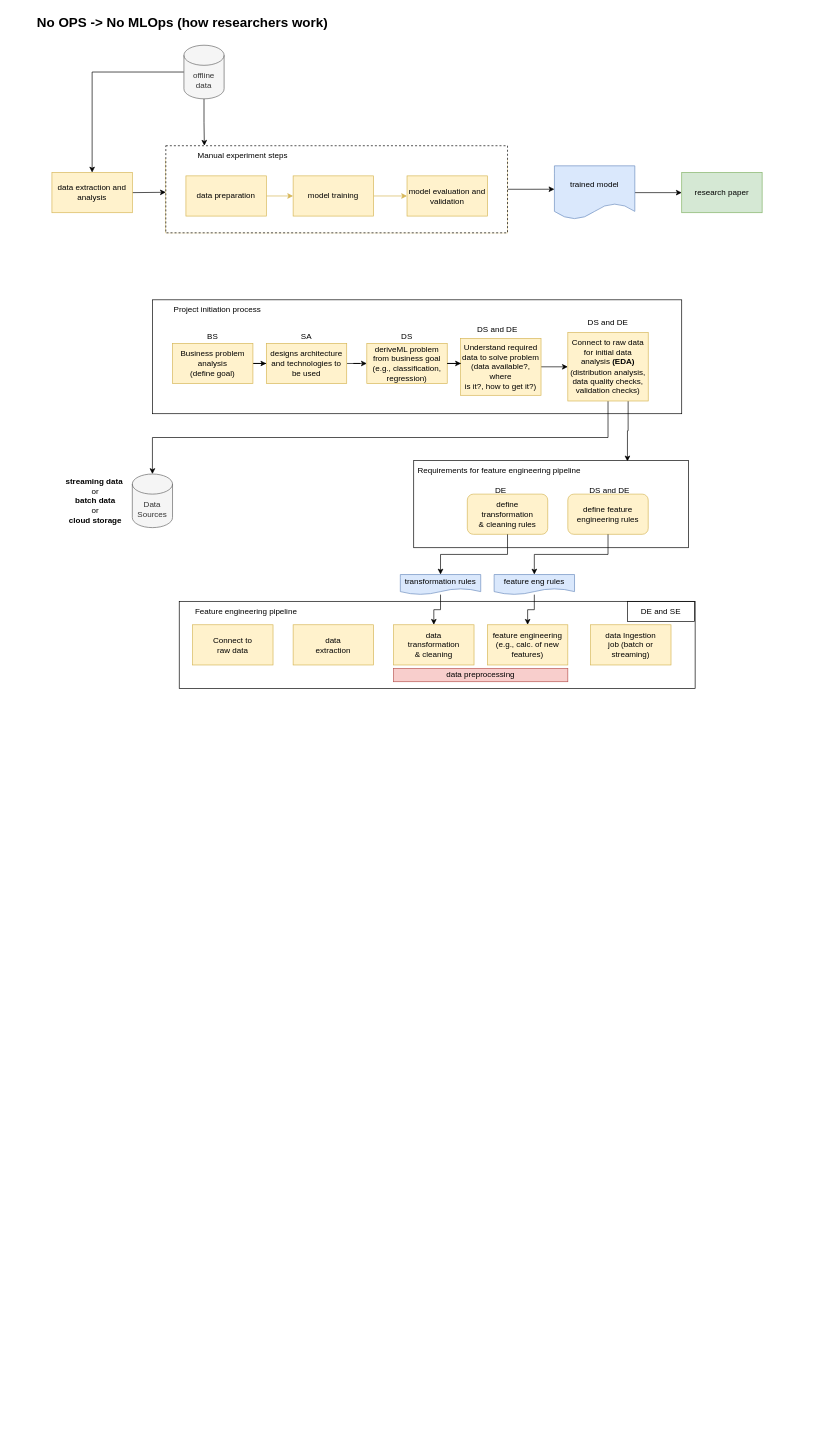
OumaimaBensar/mlops_workflow keeps this draw.io diagram as Untitled Diagram.drawio. Above is the earlier version. Source tidied: cells renumbered, new cells numbered last; positions are measured from the earlier drawing's top-left corner, leaving out a move shared by most shapes. Both pictures are drawn from the tidied source at 67%, with x=0, y=0 at pixel (31, 11).
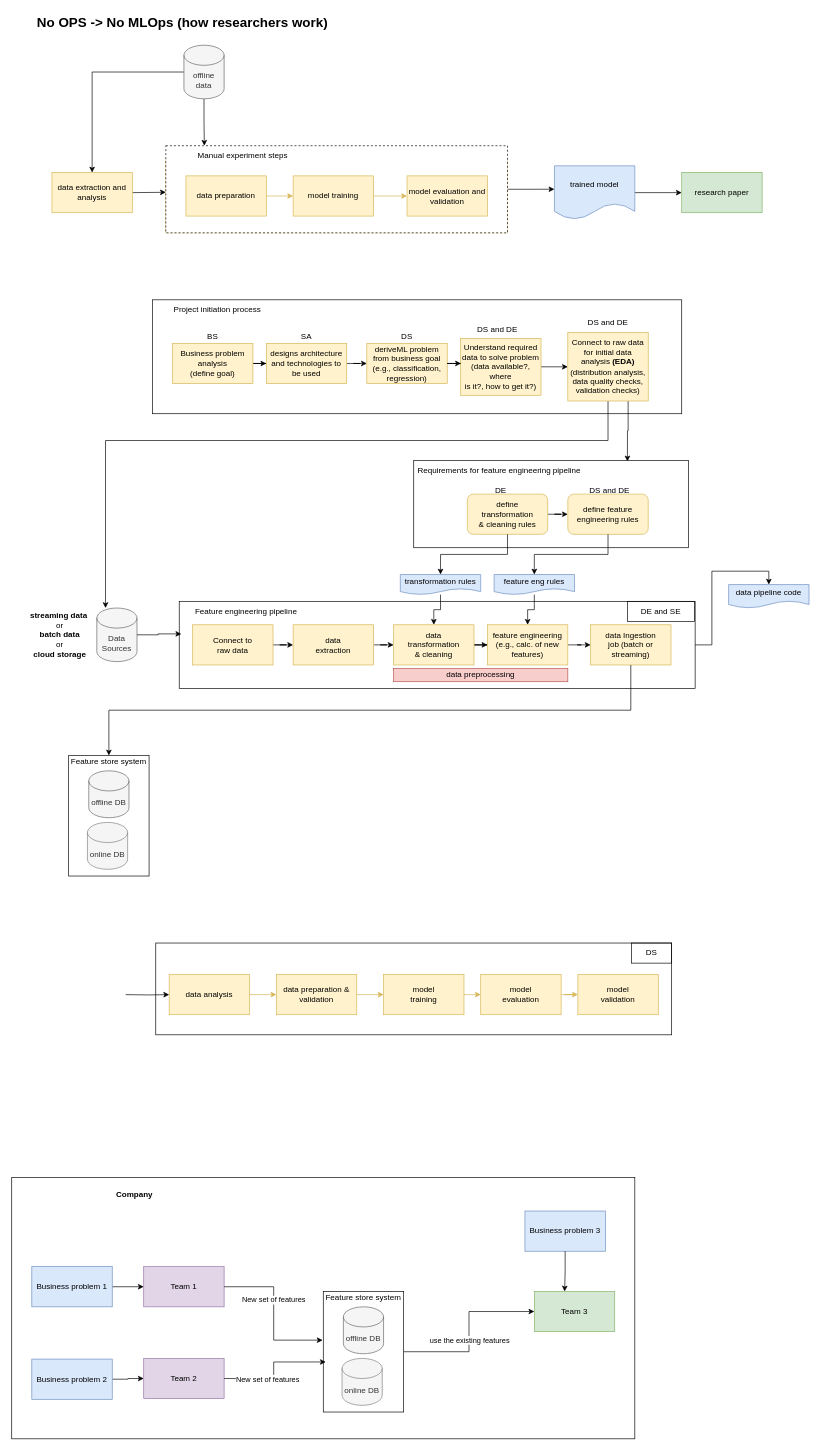
The same diagram, later.

The change refers to these unchanged cells:
```xml
<mxCell id="30" value="&lt;div&gt;Connect to raw data&lt;/div&gt;&lt;div&gt;for initial data analysis &lt;b&gt;(EDA)&lt;/b&gt;&lt;/div&gt;&lt;div&gt;(distribution analysis,&lt;/div&gt;&lt;div&gt;data quality checks,&lt;/div&gt;&lt;div&gt;validation checks)&lt;/div&gt;" style="rounded=0;whiteSpace=wrap;html=1;fillColor=#fff2cc;strokeColor=#d6b656;" parent="1" vertex="1">
  <mxGeometry x="800" y="479" width="120" height="102" as="geometry" />
</mxCell>
<mxCell id="40" style="group;" parent="1" vertex="1">
  <mxGeometry x="570" y="670" width="410" height="130" as="geometry" />
</mxCell>
<mxCell id="41" style="rounded=0;whiteSpace=wrap;html=1;" parent="40" vertex="1">
  <mxGeometry width="410" height="130" as="geometry" />
</mxCell>
<mxCell id="42" value="&lt;div&gt;define&lt;/div&gt;&lt;div&gt;transformation&lt;/div&gt;&lt;div&gt;&amp;amp; cleaning rules&lt;/div&gt;" style="rounded=1;whiteSpace=wrap;html=1;fillColor=#fff2cc;strokeColor=#d6b656;" parent="40" vertex="1">
  <mxGeometry x="80" y="50" width="120" height="60" as="geometry" />
</mxCell>
<mxCell id="43" value="&lt;div&gt;define feature&lt;/div&gt;&lt;div&gt;engineering rules&lt;/div&gt;" style="rounded=1;whiteSpace=wrap;html=1;fillColor=#fff2cc;strokeColor=#d6b656;" parent="40" vertex="1">
  <mxGeometry x="230" y="50" width="120" height="60" as="geometry" />
</mxCell>
<mxCell id="51" style="group;" parent="1" vertex="1">
  <mxGeometry x="220" y="880" width="770" height="130" as="geometry" />
</mxCell>
<mxCell id="52" style="rounded=0;whiteSpace=wrap;html=1;" parent="51" vertex="1">
  <mxGeometry width="770" height="130" as="geometry" />
</mxCell>
<mxCell id="53" value="&lt;div&gt;Connect to&lt;/div&gt;&lt;div&gt;raw data&lt;/div&gt;" style="rounded=0;whiteSpace=wrap;html=1;fillColor=#fff2cc;strokeColor=#d6b656;" parent="51" vertex="1">
  <mxGeometry x="20" y="35" width="120" height="60" as="geometry" />
</mxCell>
<mxCell id="54" value="&lt;div&gt;data&lt;/div&gt;&lt;div&gt;extraction&lt;/div&gt;" style="rounded=0;whiteSpace=wrap;html=1;fillColor=#fff2cc;strokeColor=#d6b656;" parent="51" vertex="1">
  <mxGeometry x="170" y="35" width="120" height="60" as="geometry" />
</mxCell>
<mxCell id="55" value="&lt;div&gt;data&lt;/div&gt;&lt;div&gt;transformation&lt;/div&gt;&lt;div&gt;&amp;amp; cleaning&lt;/div&gt;" style="rounded=0;whiteSpace=wrap;html=1;fillColor=#fff2cc;strokeColor=#d6b656;" parent="51" vertex="1">
  <mxGeometry x="320" y="35" width="120" height="60" as="geometry" />
</mxCell>
<mxCell id="56" value="&lt;div&gt;feature engineering&lt;/div&gt;&lt;div&gt;(e.g., calc. of new&lt;/div&gt;&lt;div&gt;features)&lt;/div&gt;" style="rounded=0;whiteSpace=wrap;html=1;fillColor=#fff2cc;strokeColor=#d6b656;" parent="51" vertex="1">
  <mxGeometry x="460" y="35" width="120" height="60" as="geometry" />
</mxCell>
<mxCell id="57" value="&lt;div&gt;data Ingestion&lt;/div&gt;&lt;div&gt;job (batch or&lt;/div&gt;&lt;div&gt;streaming)&lt;/div&gt;" style="rounded=0;whiteSpace=wrap;html=1;fillColor=#fff2cc;strokeColor=#d6b656;" parent="51" vertex="1">
  <mxGeometry x="614" y="35" width="120" height="60" as="geometry" />
</mxCell>
```

What changed in the source:
```diff
@@
+    <mxCell id="63" style="rounded=0;whiteSpace=wrap;html=1;" parent="1" vertex="1">
+      <mxGeometry x="-30" y="1740" width="930" height="390" as="geometry" />
+    </mxCell>
@@
+    <mxCell id="29" style="edgeStyle=orthogonalEdgeStyle;rounded=0;jettySize=auto;html=1;exitX=0.75;exitY=1;exitDx=0;exitDy=0;entryX=0.778;entryY=0.009;entryDx=0;entryDy=0;entryPerimeter=0;" parent="1" edge="1" source="30" target="41">
+      <mxGeometry relative="1" as="geometry" />
+    </mxCell>
-    <mxCell id="28" style="edgeStyle=orthogonalEdgeStyle;rounded=0;jettySize=auto;html=1;exitX=0.5;exitY=1;exitDx=0;exitDy=0;entryX=0.5;entryY=0;entryDx=0;entryDy=0;entryPerimeter=0;" parent="1" edge="1" source="30" target="38">
-      <mxGeometry relative="1" as="geometry" />
+    <mxCell id="28" style="edgeStyle=orthogonalEdgeStyle;rounded=0;jettySize=auto;html=1;" parent="1" edge="1" source="30" target="38">
+      <mxGeometry relative="1" as="geometry">
+        <Array as="points">
+          <mxPoint x="860" y="640" />
+          <mxPoint x="110" y="640" />
+        </Array>
+      </mxGeometry>
     </mxCell>
-    <mxCell id="29" style="edgeStyle=orthogonalEdgeStyle;rounded=0;jettySize=auto;html=1;exitX=0.75;exitY=1;exitDx=0;exitDy=0;entryX=0.778;entryY=0.009;entryDx=0;entryDy=0;entryPerimeter=0;" parent="1" edge="1" source="30" target="41">
-      <mxGeometry relative="1" as="geometry" />
-    </mxCell>
@@
     <mxCell id="38" value="Data Sources" style="shape=cylinder3;whiteSpace=wrap;html=1;boundedLbl=1;backgroundOutline=1;size=15;fillColor=#f5f5f5;fontColor=#333333;strokeColor=#666666;" parent="1" vertex="1">
-      <mxGeometry x="150" y="690" width="60" height="80" as="geometry" />
+      <mxGeometry x="97" y="890" width="60" height="80" as="geometry" />
     </mxCell>
     <mxCell id="39" value="&lt;b&gt;streaming data&amp;nbsp;&lt;/b&gt;&lt;div&gt;or&lt;/div&gt;&lt;div&gt;&lt;b&gt;batch data&lt;/b&gt;&lt;/div&gt;&lt;div&gt;or&lt;/div&gt;&lt;div&gt;&lt;b&gt;cloud storage&lt;/b&gt;&lt;/div&gt;" style="text;html=1;align=center;verticalAlign=middle;whiteSpace=wrap;rounded=0;" parent="1" vertex="1">
-      <mxGeometry x="40" y="715" width="110" height="30" as="geometry" />
+      <mxGeometry x="-13" y="915" width="110" height="30" as="geometry" />
     </mxCell>
@@
+    <mxCell id="64" style="edgeStyle=orthogonalEdgeStyle;rounded=0;jettySize=auto;html=1;entryX=0;entryY=0.5;entryDx=0;entryDy=0;" parent="40" edge="1" source="42" target="43">
+      <mxGeometry relative="1" as="geometry" />
+    </mxCell>
@@
+    <mxCell id="65" style="edgeStyle=orthogonalEdgeStyle;rounded=0;jettySize=auto;html=1;entryX=0;entryY=0.5;entryDx=0;entryDy=0;" parent="51" edge="1" source="53" target="54">
+      <mxGeometry relative="1" as="geometry" />
+    </mxCell>
@@
+    <mxCell id="66" style="edgeStyle=orthogonalEdgeStyle;rounded=0;jettySize=auto;html=1;entryX=0;entryY=0.5;entryDx=0;entryDy=0;" parent="51" edge="1" source="54" target="55">
+      <mxGeometry relative="1" as="geometry" />
+    </mxCell>
@@
+    <mxCell id="67" style="edgeStyle=orthogonalEdgeStyle;rounded=0;jettySize=auto;html=1;entryX=0;entryY=0.5;entryDx=0;entryDy=0;" parent="51" edge="1" source="55" target="56">
+      <mxGeometry relative="1" as="geometry" />
+    </mxCell>
@@
+    <mxCell id="68" style="edgeStyle=orthogonalEdgeStyle;rounded=0;jettySize=auto;html=1;entryX=0;entryY=0.5;entryDx=0;entryDy=0;" parent="51" edge="1" source="56" target="57">
+      <mxGeometry relative="1" as="geometry" />
+    </mxCell>
@@
+    <mxCell id="69" style="edgeStyle=orthogonalEdgeStyle;rounded=0;jettySize=auto;html=1;exitX=1;exitY=0.5;exitDx=0;exitDy=0;exitPerimeter=0;entryX=0.004;entryY=0.374;entryDx=0;entryDy=0;entryPerimeter=0;" parent="1" edge="1" source="38" target="52">
+      <mxGeometry relative="1" as="geometry" />
+    </mxCell>
+    <mxCell id="70" value="data pipeline code" style="shape=document;whiteSpace=wrap;html=1;boundedLbl=1;fillColor=#dae8fc;strokeColor=#6c8ebf;" parent="1" vertex="1">
+      <mxGeometry x="1040" y="855" width="120" height="35" as="geometry" />
+    </mxCell>
+    <mxCell id="71" style="edgeStyle=orthogonalEdgeStyle;rounded=0;jettySize=auto;html=1;entryX=0.5;entryY=0;entryDx=0;entryDy=0;" parent="1" edge="1" source="52" target="70">
+      <mxGeometry relative="1" as="geometry" />
+    </mxCell>
+    <mxCell id="72" style="edgeStyle=orthogonalEdgeStyle;rounded=0;jettySize=auto;html=1;exitX=0.5;exitY=1;exitDx=0;exitDy=0;entryX=0.5;entryY=0;entryDx=0;entryDy=0;" parent="1" edge="1" source="57" target="74">
+      <mxGeometry relative="1" as="geometry" />
+    </mxCell>
+    <mxCell id="73" style="group;" parent="1" vertex="1">
+      <mxGeometry x="50" y="1110" width="130" height="180" as="geometry" />
+    </mxCell>
+    <mxCell id="74" style="rounded=0;whiteSpace=wrap;html=1;" parent="73" vertex="1">
+      <mxGeometry x="5" width="120" height="180" as="geometry" />
+    </mxCell>
+    <mxCell id="75" value="&lt;span style=&quot;text-align: left;&quot;&gt;offline DB&lt;/span&gt;" style="shape=cylinder3;whiteSpace=wrap;html=1;boundedLbl=1;backgroundOutline=1;size=15;fillColor=#f5f5f5;fontColor=#333333;strokeColor=#666666;" parent="73" vertex="1">
+      <mxGeometry x="35" y="23" width="60" height="70" as="geometry" />
+    </mxCell>
+    <mxCell id="76" value="&lt;span style=&quot;text-align: left;&quot;&gt;Feature store&amp;nbsp;&lt;/span&gt;&lt;span style=&quot;text-align: left;&quot;&gt;system&lt;/span&gt;" style="text;html=1;align=center;verticalAlign=middle;whiteSpace=wrap;rounded=0;" parent="73" vertex="1">
+      <mxGeometry width="130" height="20" as="geometry" />
+    </mxCell>
+    <mxCell id="77" value="&lt;span style=&quot;text-align: left;&quot;&gt;online DB&lt;/span&gt;" style="shape=cylinder3;whiteSpace=wrap;html=1;boundedLbl=1;backgroundOutline=1;size=15;fillColor=#f5f5f5;fontColor=#333333;strokeColor=#808080;" parent="73" vertex="1">
+      <mxGeometry x="33" y="100" width="60" height="70" as="geometry" />
+    </mxCell>
+    <mxCell id="78" style="rounded=0;whiteSpace=wrap;html=1;" parent="1" vertex="1">
+      <mxGeometry x="185" y="1390" width="770" height="137" as="geometry" />
+    </mxCell>
+    <mxCell id="79" style="edgeStyle=orthogonalEdgeStyle;rounded=0;jettySize=auto;html=1;exitX=1;exitY=0.5;exitDx=0;exitDy=0;entryX=0;entryY=0.5;entryDx=0;entryDy=0;fillColor=#fff2cc;strokeColor=#d6b656;" parent="1" edge="1" source="80" target="82">
+      <mxGeometry relative="1" as="geometry" />
+    </mxCell>
+    <mxCell id="80" value="data analysis" style="rounded=0;whiteSpace=wrap;html=1;fillColor=#fff2cc;strokeColor=#d6b656;" parent="1" vertex="1">
+      <mxGeometry x="205" y="1437" width="120" height="60" as="geometry" />
+    </mxCell>
+    <mxCell id="81" style="edgeStyle=orthogonalEdgeStyle;rounded=0;jettySize=auto;html=1;exitX=1;exitY=0.5;exitDx=0;exitDy=0;entryX=0;entryY=0.5;entryDx=0;entryDy=0;fillColor=#fff2cc;strokeColor=#d6b656;" parent="1" edge="1" source="82" target="84">
+      <mxGeometry relative="1" as="geometry" />
+    </mxCell>
+    <mxCell id="82" value="data&amp;nbsp;&lt;span style=&quot;background-color: transparent;&quot;&gt;preparation &amp;amp;&lt;/span&gt;&lt;div&gt;validation&lt;/div&gt;" style="rounded=0;whiteSpace=wrap;html=1;fillColor=#fff2cc;strokeColor=#d6b656;" parent="1" vertex="1">
+      <mxGeometry x="365" y="1437" width="120" height="60" as="geometry" />
+    </mxCell>
+    <mxCell id="83" style="edgeStyle=orthogonalEdgeStyle;rounded=0;jettySize=auto;html=1;exitX=1;exitY=0.5;exitDx=0;exitDy=0;entryX=0;entryY=0.5;entryDx=0;entryDy=0;fillColor=#fff2cc;strokeColor=#d6b656;" parent="1" edge="1" source="84" target="86">
+      <mxGeometry relative="1" as="geometry" />
+    </mxCell>
+    <mxCell id="84" value="&lt;div&gt;model&lt;/div&gt;&lt;div&gt;training&lt;/div&gt;" style="rounded=0;whiteSpace=wrap;html=1;fillColor=#fff2cc;strokeColor=#d6b656;" parent="1" vertex="1">
+      <mxGeometry x="525" y="1437" width="120" height="60" as="geometry" />
+    </mxCell>
+    <mxCell id="85" style="edgeStyle=orthogonalEdgeStyle;rounded=0;jettySize=auto;html=1;fillColor=#fff2cc;strokeColor=#d6b656;" parent="1" edge="1" source="86" target="87">
+      <mxGeometry relative="1" as="geometry" />
+    </mxCell>
+    <mxCell id="86" value="&lt;div&gt;model&lt;/div&gt;&lt;div&gt;evaluation&lt;/div&gt;" style="rounded=0;whiteSpace=wrap;html=1;fillColor=#fff2cc;strokeColor=#d6b656;" parent="1" vertex="1">
+      <mxGeometry x="670" y="1437" width="120" height="60" as="geometry" />
+    </mxCell>
+    <mxCell id="87" value="&lt;div&gt;model&lt;/div&gt;&lt;div&gt;validation&lt;/div&gt;" style="rounded=0;whiteSpace=wrap;html=1;fillColor=#fff2cc;strokeColor=#d6b656;" parent="1" vertex="1">
+      <mxGeometry x="815" y="1437" width="120" height="60" as="geometry" />
+    </mxCell>
+    <mxCell id="88" value="DS" style="text;html=1;align=center;verticalAlign=middle;whiteSpace=wrap;rounded=0;strokeColor=default;" parent="1" vertex="1">
+      <mxGeometry x="895" y="1390" width="60" height="30" as="geometry" />
+    </mxCell>
+    <mxCell id="89" style="edgeStyle=orthogonalEdgeStyle;rounded=0;jettySize=auto;html=1;" parent="1" edge="1" target="80">
+      <mxGeometry relative="1" as="geometry">
+        <mxPoint x="140" y="1467" as="sourcePoint" />
+      </mxGeometry>
+    </mxCell>
+    <mxCell id="90" style="group;" parent="1" vertex="1">
+      <mxGeometry x="430" y="1910" width="130" height="180" as="geometry" />
+    </mxCell>
+    <mxCell id="91" style="rounded=0;whiteSpace=wrap;html=1;" parent="90" vertex="1">
+      <mxGeometry x="5" width="120" height="180" as="geometry" />
+    </mxCell>
+    <mxCell id="92" value="&lt;span style=&quot;text-align: left;&quot;&gt;offline DB&lt;/span&gt;" style="shape=cylinder3;whiteSpace=wrap;html=1;boundedLbl=1;backgroundOutline=1;size=15;fillColor=#f5f5f5;fontColor=#333333;strokeColor=#666666;" parent="90" vertex="1">
+      <mxGeometry x="35" y="23" width="60" height="70" as="geometry" />
+    </mxCell>
+    <mxCell id="93" value="&lt;span style=&quot;text-align: left;&quot;&gt;Feature store&amp;nbsp;&lt;/span&gt;&lt;span style=&quot;text-align: left;&quot;&gt;system&lt;/span&gt;" style="text;html=1;align=center;verticalAlign=middle;whiteSpace=wrap;rounded=0;" parent="90" vertex="1">
+      <mxGeometry width="130" height="20" as="geometry" />
+    </mxCell>
+    <mxCell id="94" value="&lt;span style=&quot;text-align: left;&quot;&gt;online DB&lt;/span&gt;" style="shape=cylinder3;whiteSpace=wrap;html=1;boundedLbl=1;backgroundOutline=1;size=15;fillColor=#f5f5f5;fontColor=#333333;strokeColor=#808080;" parent="90" vertex="1">
+      <mxGeometry x="33" y="100" width="60" height="70" as="geometry" />
+    </mxCell>
+    <mxCell id="95" value="Team 1" style="rounded=0;whiteSpace=wrap;html=1;fillColor=#e1d5e7;strokeColor=#9673a6;" parent="1" vertex="1">
+      <mxGeometry x="167" y="1873" width="120" height="60" as="geometry" />
+    </mxCell>
+    <mxCell id="96" value="Team 2" style="rounded=0;whiteSpace=wrap;html=1;fillColor=#e1d5e7;strokeColor=#9673a6;" parent="1" vertex="1">
+      <mxGeometry x="167" y="2010" width="120" height="60" as="geometry" />
+    </mxCell>
+    <mxCell id="97" style="edgeStyle=orthogonalEdgeStyle;rounded=0;jettySize=auto;html=1;entryX=-0.008;entryY=0.404;entryDx=0;entryDy=0;entryPerimeter=0;" parent="1" edge="1" source="95" target="91">
+      <mxGeometry relative="1" as="geometry" />
+    </mxCell>
+    <mxCell id="98" value="New set of features" style="edgeLabel;html=1;align=center;verticalAlign=middle;" parent="97" vertex="1">
+      <mxGeometry x="-0.18" y="-1" relative="1" as="geometry" />
+    </mxCell>
+    <mxCell id="99" style="edgeStyle=orthogonalEdgeStyle;rounded=0;jettySize=auto;html=1;exitX=1;exitY=0.5;exitDx=0;exitDy=0;entryX=0.031;entryY=0.585;entryDx=0;entryDy=0;entryPerimeter=0;" parent="1" edge="1" source="96" target="91">
+      <mxGeometry relative="1" as="geometry" />
+    </mxCell>
+    <mxCell id="100" value="New set of features" style="edgeLabel;html=1;align=center;verticalAlign=middle;" parent="99" vertex="1">
+      <mxGeometry x="-0.27" relative="1" as="geometry" />
+    </mxCell>
+    <mxCell id="101" value="Team 3" style="rounded=0;whiteSpace=wrap;html=1;fillColor=#d5e8d4;strokeColor=#82b366;" parent="1" vertex="1">
+      <mxGeometry x="750" y="1910" width="120" height="60" as="geometry" />
+    </mxCell>
+    <mxCell id="102" style="edgeStyle=orthogonalEdgeStyle;rounded=0;jettySize=auto;html=1;entryX=0;entryY=0.5;entryDx=0;entryDy=0;" parent="1" edge="1" source="91" target="101">
+      <mxGeometry relative="1" as="geometry" />
+    </mxCell>
+    <mxCell id="103" value="use the existing features&amp;nbsp;" style="edgeLabel;html=1;align=center;verticalAlign=middle;" parent="102" vertex="1">
+      <mxGeometry x="-0.09" y="-2" relative="1" as="geometry">
+        <mxPoint y="1" as="offset" />
+      </mxGeometry>
+    </mxCell>
+    <mxCell id="104" value="&lt;b&gt;Company&amp;nbsp;&lt;/b&gt;" style="text;html=1;align=center;verticalAlign=middle;whiteSpace=wrap;rounded=0;" parent="1" vertex="1">
+      <mxGeometry x="125" y="1750" width="60" height="30" as="geometry" />
+    </mxCell>
+    <mxCell id="105" style="edgeStyle=orthogonalEdgeStyle;rounded=0;jettySize=auto;html=1;entryX=0;entryY=0.5;entryDx=0;entryDy=0;" parent="1" edge="1" source="106" target="95">
+      <mxGeometry relative="1" as="geometry" />
+    </mxCell>
+    <mxCell id="106" value="Business problem 1" style="rounded=0;whiteSpace=wrap;html=1;fillColor=#dae8fc;strokeColor=#6c8ebf;" parent="1" vertex="1">
+      <mxGeometry y="1873" width="120" height="60" as="geometry" />
+    </mxCell>
+    <mxCell id="107" style="edgeStyle=orthogonalEdgeStyle;rounded=0;jettySize=auto;html=1;" parent="1" edge="1" source="108" target="96">
+      <mxGeometry relative="1" as="geometry" />
+    </mxCell>
+    <mxCell id="108" value="Business problem 2" style="rounded=0;whiteSpace=wrap;html=1;fillColor=#dae8fc;strokeColor=#6c8ebf;" parent="1" vertex="1">
+      <mxGeometry y="2011" width="120" height="60" as="geometry" />
+    </mxCell>
+    <mxCell id="109" value="Business problem 3" style="rounded=0;whiteSpace=wrap;html=1;fillColor=#dae8fc;strokeColor=#6c8ebf;" parent="1" vertex="1">
+      <mxGeometry x="736" y="1790" width="120" height="60" as="geometry" />
+    </mxCell>
+    <mxCell id="110" style="edgeStyle=orthogonalEdgeStyle;rounded=0;jettySize=auto;html=1;exitX=0.5;exitY=1;exitDx=0;exitDy=0;entryX=0.377;entryY=0;entryDx=0;entryDy=0;entryPerimeter=0;" parent="1" edge="1" source="109" target="101">
+      <mxGeometry relative="1" as="geometry" />
+    </mxCell>
```
